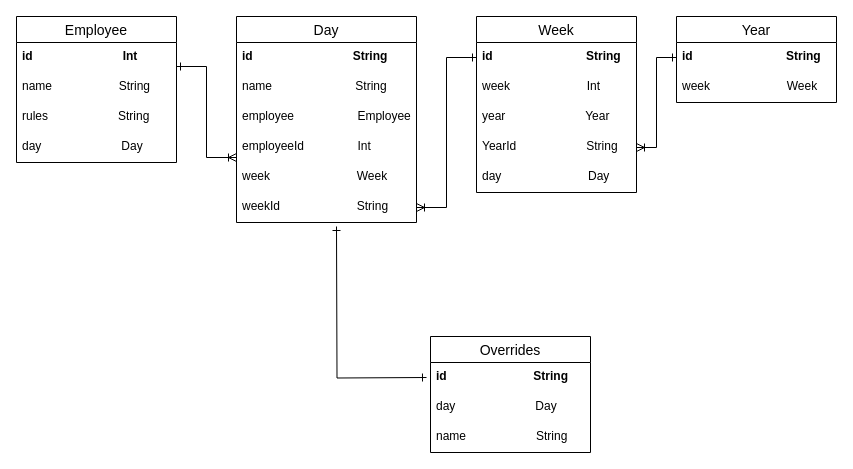
Above: oppgave_3/documentation/datamodel.drawio in omrosand/webapp-eksamen (draw.io), before the change. Source tidied: cells renumbered, new cells numbered last; positions are measured from the earlier drawing's top-left corner, leaving out a move shared by most shapes. Both pictures are drawn from the tidied source at 100%, with x=0, y=0 at pixel (16, 16).
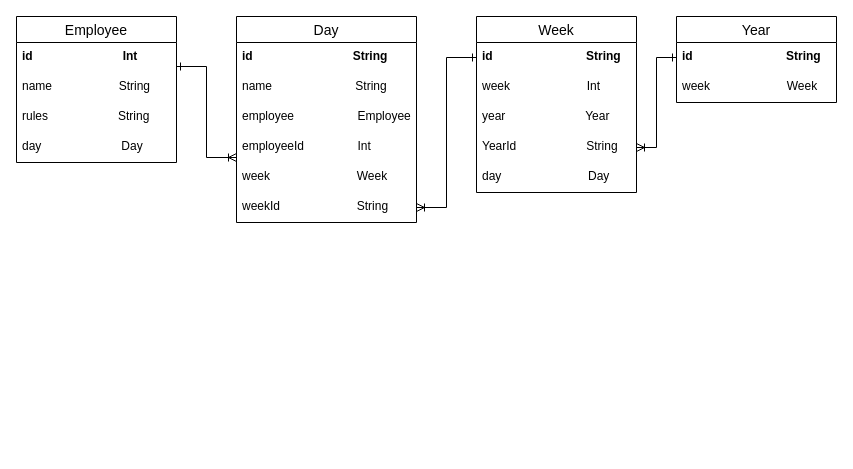
Above is the later version.

The edit, as a diff of the source:
```diff
@@
-    <mxCell id="23" value="Overrides" style="swimlane;fontStyle=0;horizontal=1;startSize=26;align=center;fontSize=14;" parent="1" vertex="1">
-      <mxGeometry x="414" y="320" width="160" height="116" as="geometry" />
-    </mxCell>
-    <mxCell id="24" value="id                          String" style="text;strokeColor=none;fillColor=none;spacingLeft=4;spacingRight=4;overflow=hidden;fontSize=12;fontStyle=1;" parent="23" vertex="1">
-      <mxGeometry y="26" width="160" height="30" as="geometry" />
-    </mxCell>
-    <mxCell id="25" value="day                        Day" style="text;strokeColor=none;fillColor=none;spacingLeft=4;spacingRight=4;overflow=hidden;fontSize=12;" parent="23" vertex="1">
-      <mxGeometry y="56" width="160" height="30" as="geometry" />
-    </mxCell>
-    <mxCell id="26" value="name                     String" style="text;strokeColor=none;fillColor=none;spacingLeft=4;spacingRight=4;overflow=hidden;fontSize=12;" parent="23" vertex="1">
-      <mxGeometry y="86" width="160" height="30" as="geometry" />
-    </mxCell>
@@
-    <mxCell id="30" style="edgeStyle=orthogonalEdgeStyle;fontSize=12;html=1;endArrow=ERone;startArrow=ERone;rounded=0;startFill=0;endFill=0;" parent="1" edge="1">
-      <mxGeometry relative="1" as="geometry">
-        <mxPoint x="410" y="361" as="sourcePoint" />
-        <mxPoint x="320" y="210" as="targetPoint" />
-      </mxGeometry>
-    </mxCell>
```
